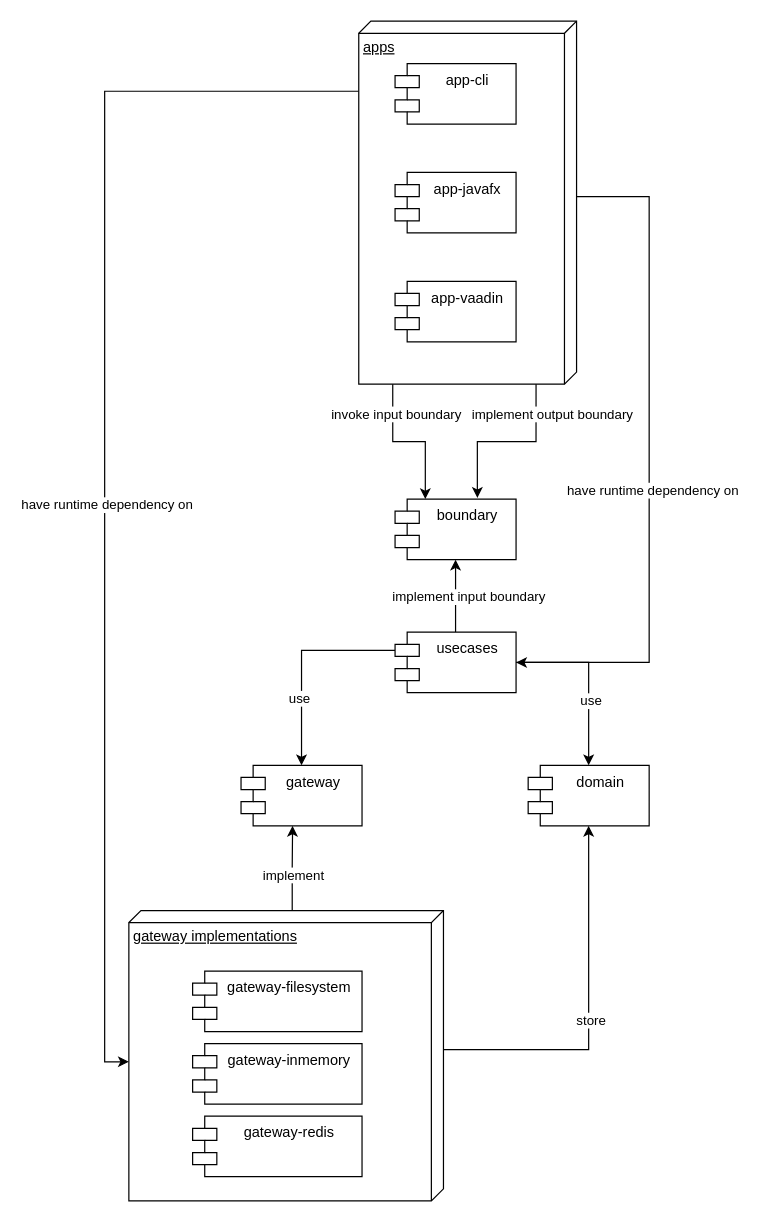
Earlier version of the draw.io diagram documentation/diagrams/whitebox-system.drawio (flens-dev/pendenzenliste). Source tidied: cells renumbered, new cells numbered last; positions are measured from the earlier drawing's top-left corner, leaving out a move shared by most shapes. Both pictures are drawn from the tidied source at 121%, with x=0, y=0 at pixel (128, 21).
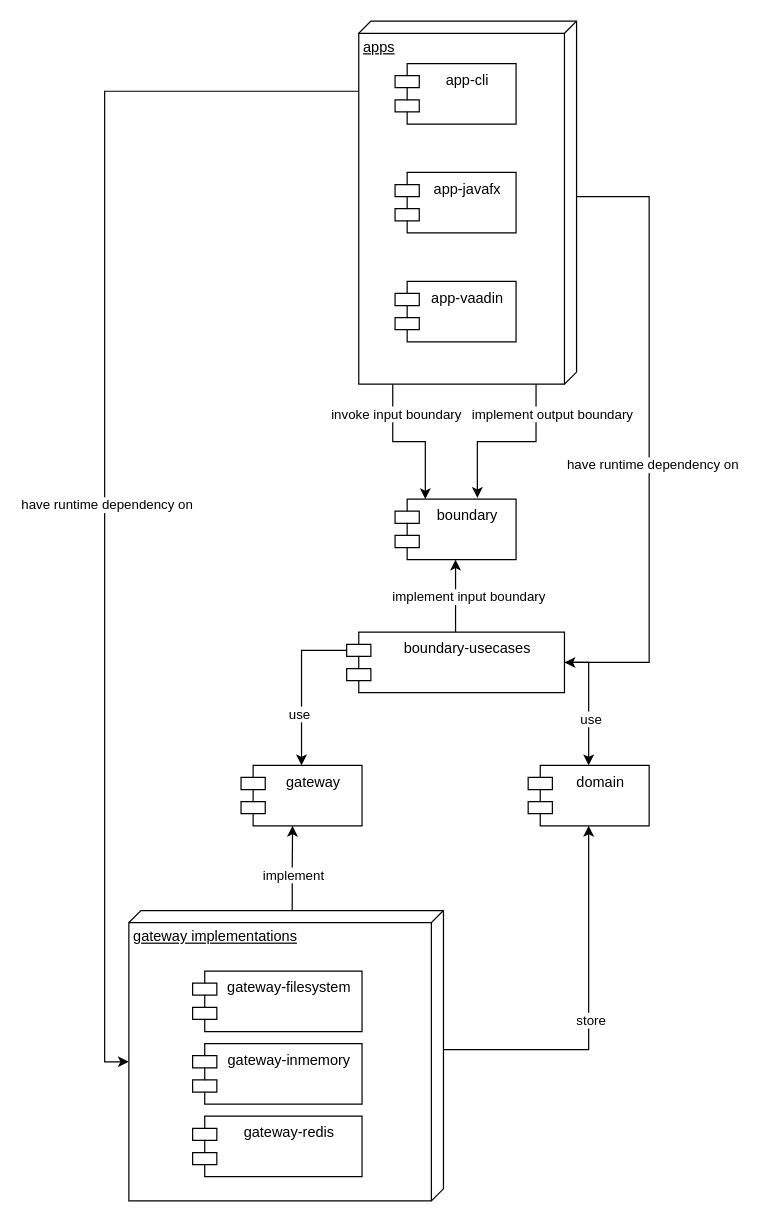
Above is the later version.

What changed in the source:
```diff
@@
-    <mxCell id="31" value="usecases" style="shape=module;align=left;spacingLeft=20;align=center;verticalAlign=top;" parent="1" vertex="1">
-      <mxGeometry x="220" y="505" width="100" height="50" as="geometry" />
+    <mxCell id="31" value="boundary-usecases" style="shape=module;align=left;spacingLeft=20;align=center;verticalAlign=top;" parent="1" vertex="1">
+      <mxGeometry x="180" y="505" width="180" height="50" as="geometry" />
     </mxCell>
```
